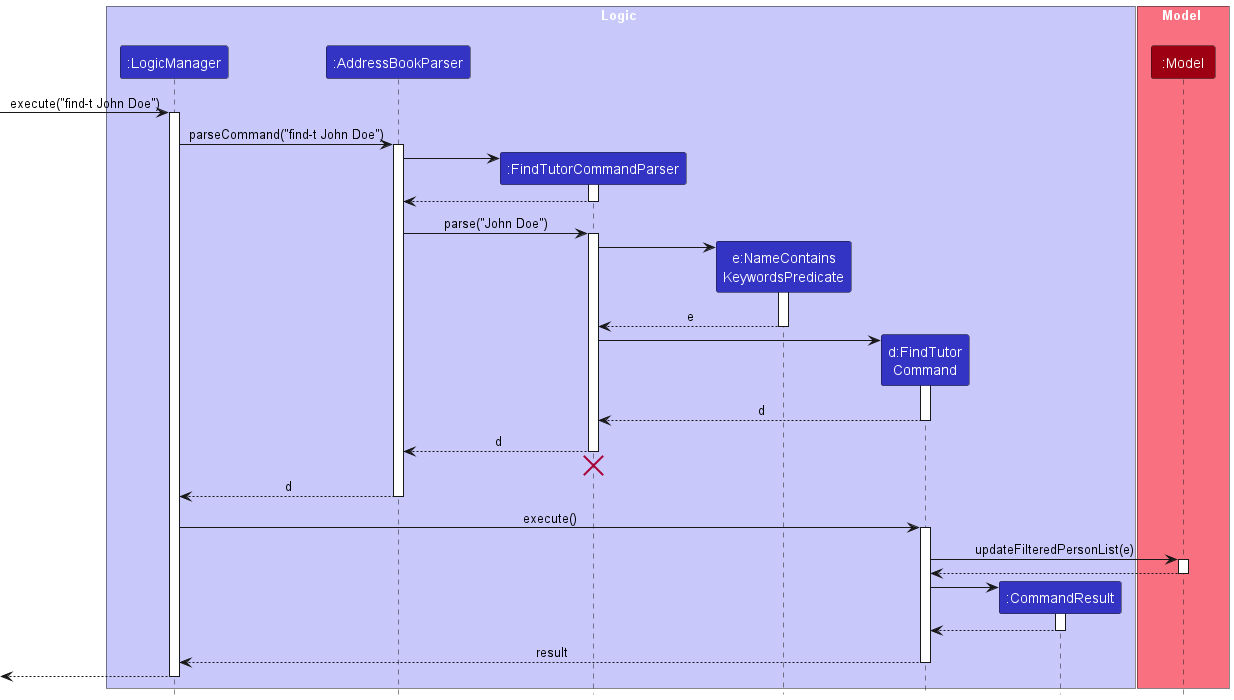
Above: docs/images/FindTutorSequenceDiagram.png in nus-cs2103-AY2324S1/tp (PlantUML), before the change.
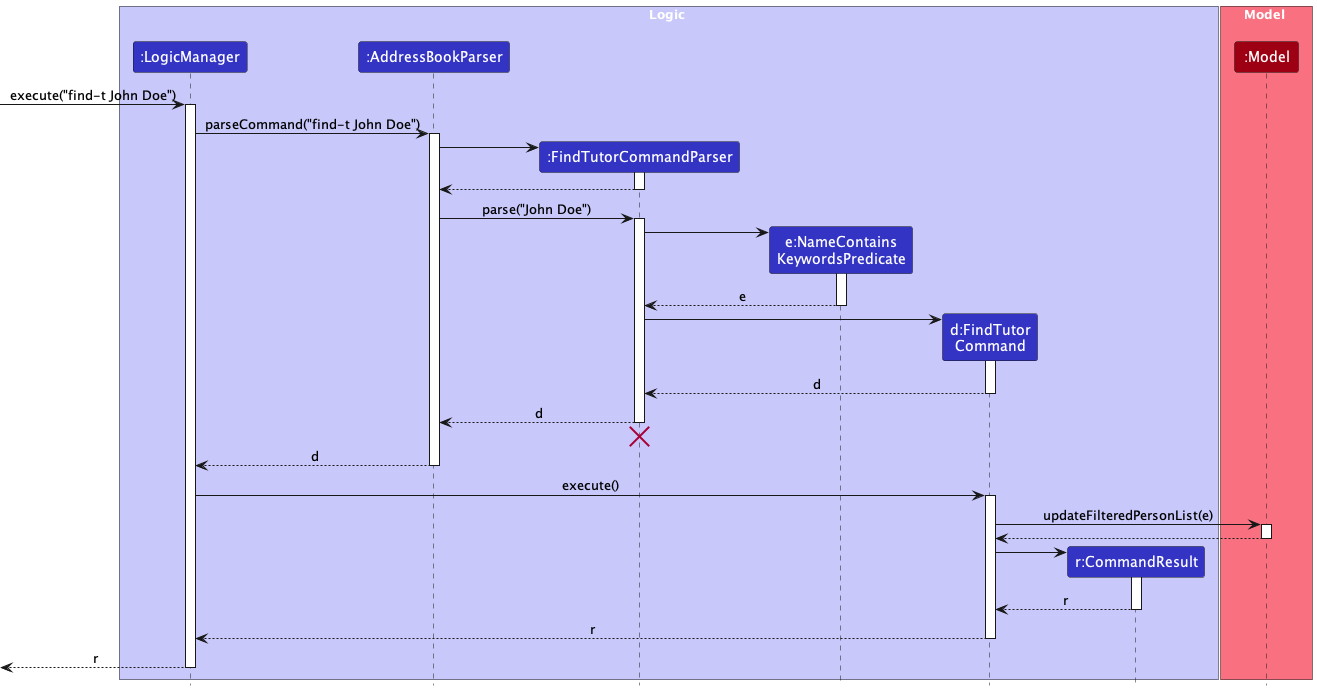
After the change.

The edit, as a diff of the source:
```diff
@@ -8,7 +8,7 @@
 participant ":FindTutorCommandParser" as FindTutorCommandParser LOGIC_COLOR
 participant "e:NameContains\nKeywordsPredicate" as NameContainsKeywordsPredicate LOGIC_COLOR
 participant "d:FindTutor\nCommand" as FindTutorCommand LOGIC_COLOR
-participant ":CommandResult" as CommandResult LOGIC_COLOR
+participant "r:CommandResult" as CommandResult LOGIC_COLOR
 end box
 
 box Model MODEL_COLOR_T1
@@ -65,12 +65,12 @@
 FindTutorCommand -> CommandResult
 activate CommandResult
 
-CommandResult --> FindTutorCommand
+CommandResult --> FindTutorCommand : r
 deactivate CommandResult
 
-FindTutorCommand --> LogicManager : result
+FindTutorCommand --> LogicManager : r
 deactivate FindTutorCommand
 
-[<--LogicManager
+[<--LogicManager : r
 deactivate LogicManager
 @enduml
```
